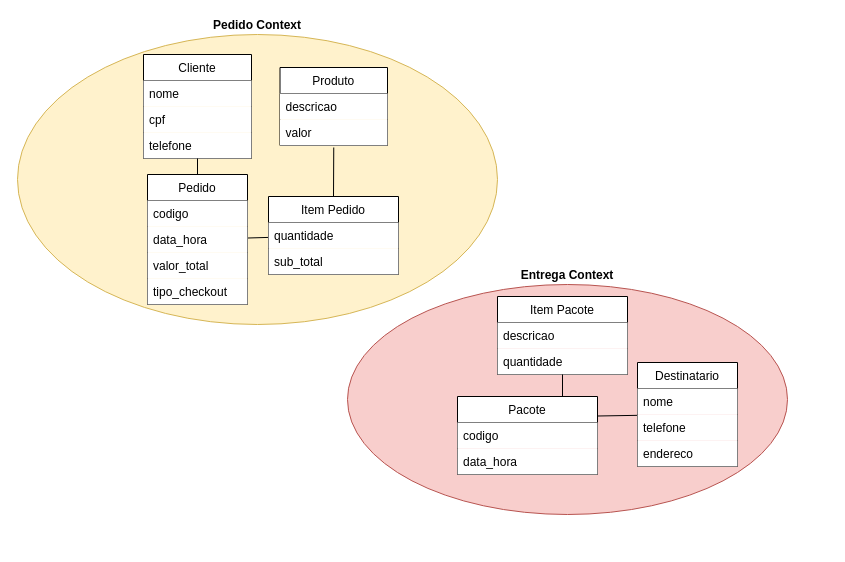
Above: POC_DDD.drawio in cesarbcruz/poc-nestjs-ddd (draw.io), before the change. Source tidied: cells renumbered, new cells numbered last; positions are measured from the earlier drawing's top-left corner, leaving out a move shared by most shapes. Both pictures are drawn from the tidied source at 100%, with x=0, y=0 at pixel (17, 34).
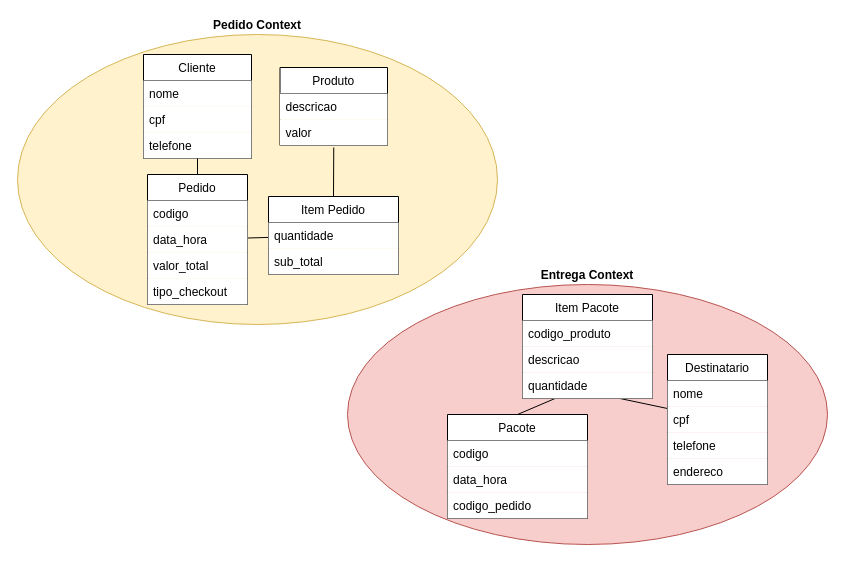
The same diagram, later.

What changed in the source:
```diff
@@
     <mxCell id="3" value="&lt;b&gt;Entrega Context&lt;/b&gt;" style="ellipse;whiteSpace=wrap;html=1;labelPosition=center;verticalLabelPosition=top;align=center;verticalAlign=bottom;fillColor=#f8cecc;strokeColor=#b85450;" parent="1" vertex="1">
-      <mxGeometry x="330" y="250" width="440" height="230" as="geometry" />
+      <mxGeometry x="330" y="250" width="480" height="260" as="geometry" />
     </mxCell>
@@
+    <mxCell id="34" style="rounded=0;jettySize=auto;html=1;exitX=0.25;exitY=1;exitDx=0;exitDy=0;entryX=0.5;entryY=0;entryDx=0;entryDy=0;endArrow=none;endFill=0;" parent="1" edge="1" source="18" target="21">
+      <mxGeometry relative="1" as="geometry" />
+    </mxCell>
+    <mxCell id="35" style="edgeStyle=none;rounded=0;jettySize=auto;html=1;exitX=0.75;exitY=1;exitDx=0;exitDy=0;endArrow=none;endFill=0;entryX=0;entryY=0.077;entryDx=0;entryDy=0;entryPerimeter=0;" parent="1" edge="1" source="18" target="27">
+      <mxGeometry relative="1" as="geometry" />
+    </mxCell>
     <mxCell id="18" value="Item Pacote" style="swimlane;fontStyle=0;horizontal=1;startSize=26;" parent="1" vertex="1">
-      <mxGeometry x="480" y="262" width="130" height="78" as="geometry" />
+      <mxGeometry x="505" y="260" width="130" height="104" as="geometry" />
     </mxCell>
+    <mxCell id="36" value="codigo_produto" style="text;strokeColor=none;align=left;verticalAlign=top;spacingLeft=4;spacingRight=4;overflow=hidden;fillColor=#ffffff;" parent="18" vertex="1">
+      <mxGeometry y="26" width="130" height="26" as="geometry" />
+    </mxCell>
     <mxCell id="19" value="descricao" style="text;strokeColor=none;align=left;verticalAlign=top;spacingLeft=4;spacingRight=4;overflow=hidden;fillColor=#ffffff;" parent="18" vertex="1">
-      <mxGeometry y="26" width="130" height="26" as="geometry" />
+      <mxGeometry y="52" width="130" height="26" as="geometry" />
     </mxCell>
     <mxCell id="20" value="quantidade" style="text;strokeColor=none;align=left;verticalAlign=top;spacingLeft=4;spacingRight=4;overflow=hidden;points=[[0,0.5],[1,0.5]];portConstraint=eastwest;fillColor=#ffffff;" parent="18" vertex="1">
-      <mxGeometry y="52" width="130" height="26" as="geometry" />
+      <mxGeometry y="78" width="130" height="26" as="geometry" />
     </mxCell>
     <mxCell id="21" value="Pacote" style="swimlane;fontStyle=0;horizontal=1;startSize=26;" parent="1" vertex="1">
-      <mxGeometry x="440" y="362" width="140" height="78" as="geometry" />
+      <mxGeometry x="430" y="380" width="140" height="104" as="geometry" />
     </mxCell>
@@
-    <mxCell id="24" style="edgeStyle=none;rounded=0;jettySize=auto;html=1;endArrow=none;endFill=0;entryX=1;entryY=0.25;entryDx=0;entryDy=0;" parent="1" edge="1" source="25" target="21">
-      <mxGeometry relative="1" as="geometry" />
-    </mxCell>
+    <mxCell id="37" value="codigo_pedido" style="text;strokeColor=none;align=left;verticalAlign=top;spacingLeft=4;spacingRight=4;overflow=hidden;fillColor=#ffffff;" parent="21" vertex="1">
+      <mxGeometry y="78" width="140" height="26" as="geometry" />
+    </mxCell>
     <mxCell id="25" value="Destinatario" style="swimlane;fontStyle=0;horizontal=1;startSize=26;" parent="1" vertex="1">
-      <mxGeometry x="620" y="328" width="100" height="104" as="geometry" />
+      <mxGeometry x="650" y="320" width="100" height="130" as="geometry" />
     </mxCell>
@@
-    <mxCell id="27" value="telefone" style="text;strokeColor=none;align=left;verticalAlign=top;spacingLeft=4;spacingRight=4;overflow=hidden;points=[[0,0.5],[1,0.5]];portConstraint=eastwest;fillColor=#ffffff;" parent="25" vertex="1">
+    <mxCell id="27" value="cpf" style="text;strokeColor=none;align=left;verticalAlign=top;spacingLeft=4;spacingRight=4;overflow=hidden;points=[[0,0.5],[1,0.5]];portConstraint=eastwest;fillColor=#ffffff;" parent="25" vertex="1">
       <mxGeometry y="52" width="100" height="26" as="geometry" />
     </mxCell>
-    <mxCell id="28" value="endereco" style="text;strokeColor=none;align=left;verticalAlign=top;spacingLeft=4;spacingRight=4;overflow=hidden;fillColor=#ffffff;" parent="25" vertex="1">
+    <mxCell id="28" value="telefone" style="text;strokeColor=none;align=left;verticalAlign=top;spacingLeft=4;spacingRight=4;overflow=hidden;fillColor=#ffffff;" parent="25" vertex="1">
       <mxGeometry y="78" width="100" height="26" as="geometry" />
     </mxCell>
+    <mxCell id="38" value="endereco" style="text;strokeColor=none;align=left;verticalAlign=top;spacingLeft=4;spacingRight=4;overflow=hidden;fillColor=#ffffff;" parent="25" vertex="1">
+      <mxGeometry y="104" width="100" height="26" as="geometry" />
+    </mxCell>
@@
-    <mxCell id="33" style="edgeStyle=none;rounded=0;jettySize=auto;html=1;entryX=0.75;entryY=0;entryDx=0;entryDy=0;endArrow=none;endFill=0;" parent="1" edge="1" source="20" target="21">
-      <mxGeometry relative="1" as="geometry" />
-    </mxCell>
```
